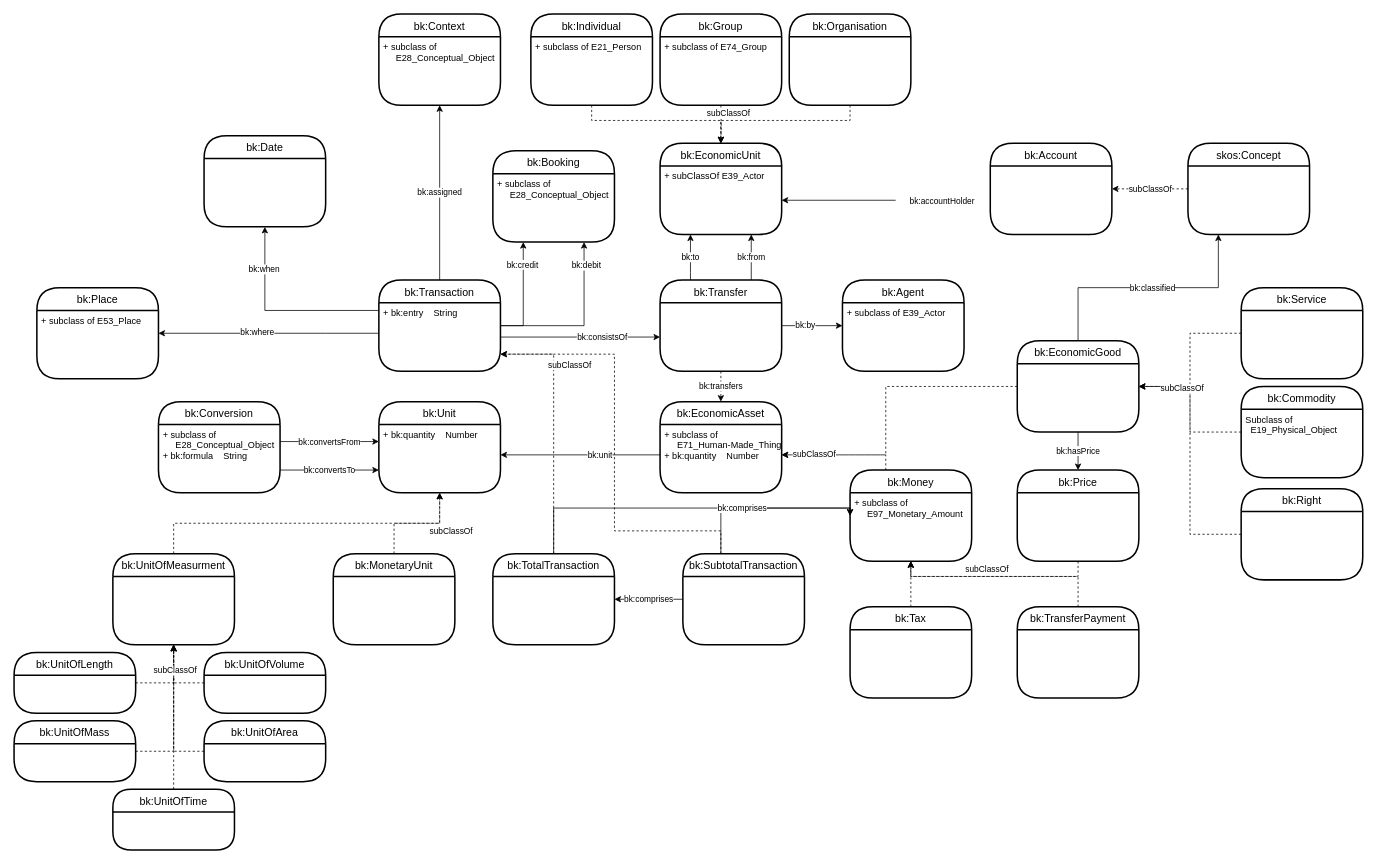
Above: Ontology/version_1.2/bookkeeping_ontology_v1.2.drawio.xml in MEDEAEditions/DEPCHA (draw.io), before the change. Source tidied: cells renumbered, new cells numbered last; positions are measured from the earlier drawing's top-left corner, leaving out a move shared by most shapes. Both pictures are drawn from the tidied source at 76%, with x=0, y=0 at pixel (14, 14).
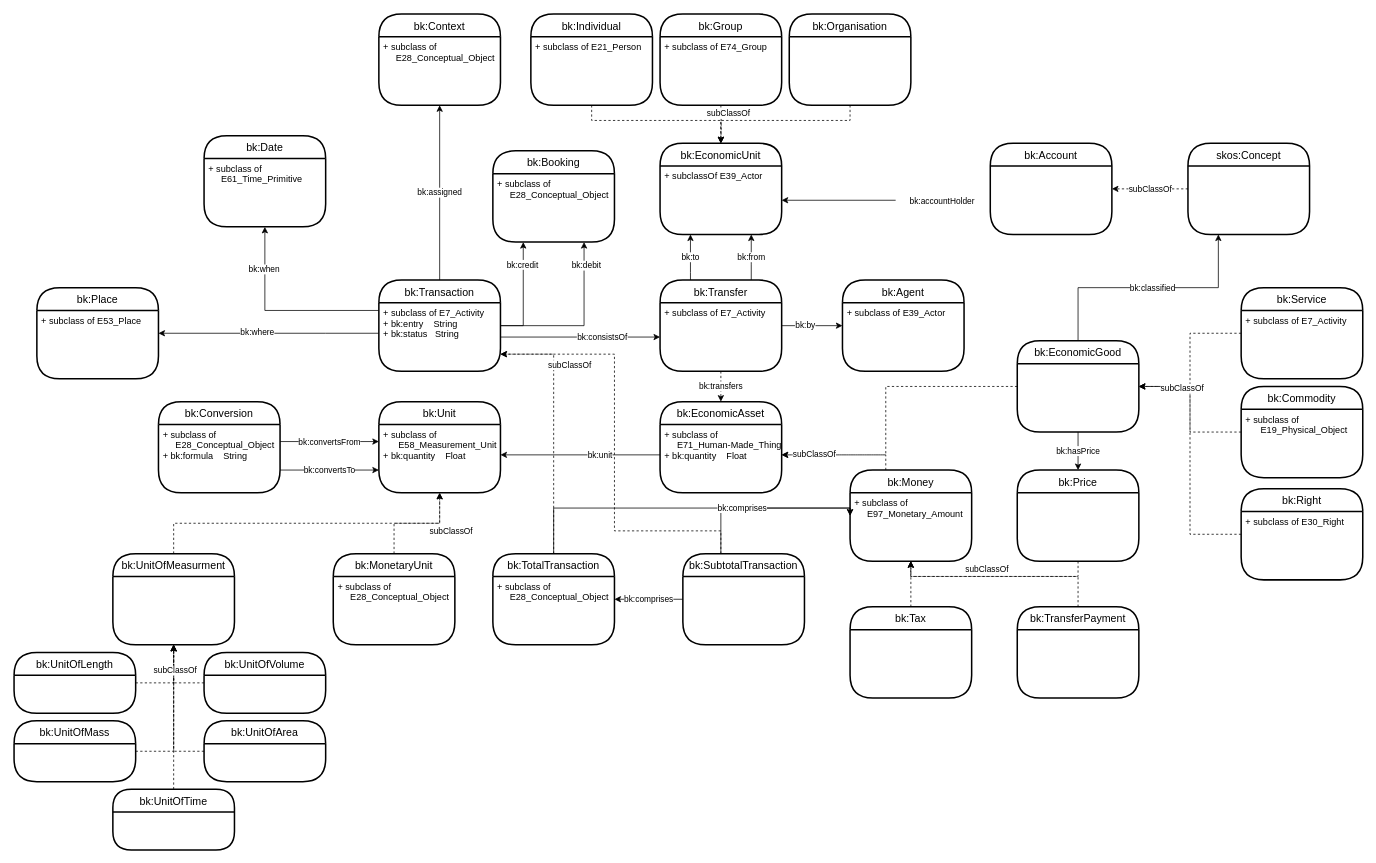
Above is the later version.

Unchanged cells that the change refers to:
```xml
<mxCell id="7" value="bk:Transaction" style="swimlane;horizontal=1;startSize=30;rounded=1;fontSize=14;fontStyle=0;strokeWidth=2;shadow=0;dashed=0;align=center;arcSize=50;" parent="1" vertex="1">
  <mxGeometry x="480" y="350" width="160" height="120" as="geometry" />
</mxCell>
<mxCell id="14" value="bk:Transfer" style="swimlane;horizontal=1;startSize=30;rounded=1;fontSize=14;fontStyle=0;strokeWidth=2;shadow=0;dashed=0;align=center;arcSize=50;" parent="1" vertex="1">
  <mxGeometry x="850" y="350" width="160" height="120" as="geometry" />
</mxCell>
<mxCell id="15" value="bk:EconomicUnit" style="swimlane;horizontal=1;startSize=30;rounded=1;fontSize=14;fontStyle=0;strokeWidth=2;shadow=0;dashed=0;align=center;arcSize=50;" parent="1" vertex="1">
  <mxGeometry x="850" y="170" width="160" height="120" as="geometry" />
</mxCell>
<mxCell id="34" value="bk:Date" style="swimlane;horizontal=1;startSize=30;rounded=1;fontSize=14;fontStyle=0;strokeWidth=2;shadow=0;dashed=0;align=center;arcSize=50;" parent="1" vertex="1">
  <mxGeometry x="250" y="160" width="160" height="120" as="geometry" />
</mxCell>
<mxCell id="41" value="bk:EconomicAsset" style="swimlane;horizontal=1;startSize=30;rounded=1;fontSize=14;fontStyle=0;strokeWidth=2;shadow=0;dashed=0;align=center;arcSize=50;" parent="1" vertex="1">
  <mxGeometry x="850" y="510" width="160" height="120" as="geometry" />
</mxCell>
<mxCell id="43" value="bk:Unit" style="swimlane;horizontal=1;startSize=30;rounded=1;fontSize=14;fontStyle=0;strokeWidth=2;shadow=0;dashed=0;align=center;arcSize=50;" parent="1" vertex="1">
  <mxGeometry x="480" y="510" width="160" height="120" as="geometry" />
</mxCell>
<mxCell id="53" value="bk:MonetaryUnit" style="swimlane;horizontal=1;startSize=30;rounded=1;fontSize=14;fontStyle=0;strokeWidth=2;shadow=0;dashed=0;align=center;arcSize=50;" parent="1" vertex="1">
  <mxGeometry x="420" y="710" width="160" height="120" as="geometry" />
</mxCell>
<mxCell id="81" value="bk:Service" style="swimlane;horizontal=1;startSize=30;rounded=1;fontSize=14;fontStyle=0;strokeWidth=2;shadow=0;dashed=0;align=center;arcSize=48;" parent="1" vertex="1">
  <mxGeometry x="1614.6" y="360" width="160" height="120" as="geometry" />
</mxCell>
<mxCell id="83" value="bk:Commodity" style="swimlane;horizontal=1;startSize=30;rounded=1;fontSize=14;fontStyle=0;strokeWidth=2;shadow=0;dashed=0;align=center;arcSize=48;" parent="1" vertex="1">
  <mxGeometry x="1614.6" y="490" width="160" height="120" as="geometry" />
</mxCell>
<mxCell id="87" value="bk:Right" style="swimlane;horizontal=1;startSize=30;rounded=1;fontSize=14;fontStyle=0;strokeWidth=2;shadow=0;dashed=0;align=center;arcSize=48;" parent="1" vertex="1">
  <mxGeometry x="1614.6" y="624.5" width="160" height="120" as="geometry" />
</mxCell>
<mxCell id="91" value="bk:TotalTransaction" style="swimlane;horizontal=1;startSize=30;rounded=1;fontSize=14;fontStyle=0;strokeWidth=2;shadow=0;dashed=0;align=center;arcSize=50;" parent="1" vertex="1">
  <mxGeometry x="630" y="710" width="160" height="120" as="geometry" />
</mxCell>
```

What changed in the source:
```diff
@@
-    <mxCell id="8" value="+ bk:entry    String" style="align=left;strokeColor=none;fillColor=none;spacingLeft=4;fontSize=12;verticalAlign=top;" parent="7" vertex="1">
+    <mxCell id="8" value="+ subclass of E7_Activity&#10;+ bk:entry    String&#10;+ bk:status   String&#10;" style="align=left;strokeColor=none;fillColor=none;spacingLeft=4;fontSize=12;verticalAlign=top;" parent="7" vertex="1">
       <mxGeometry y="30" width="160" height="90" as="geometry" />
     </mxCell>
@@
+    <mxCell id="103" value="+ subclass of E7_Activity" style="text;strokeColor=none;fillColor=none;spacingLeft=4;spacingRight=4;overflow=hidden;fontSize=12;" parent="14" vertex="1">
+      <mxGeometry y="30" width="160" height="90" as="geometry" />
+    </mxCell>
@@
-    <mxCell id="16" value="+ subClassOf E39_Actor" style="text;strokeColor=none;fillColor=none;spacingLeft=4;spacingRight=4;overflow=hidden;fontSize=12;" parent="15" vertex="1">
+    <mxCell id="16" value="+ subclassOf E39_Actor" style="text;strokeColor=none;fillColor=none;spacingLeft=4;spacingRight=4;overflow=hidden;fontSize=12;" parent="15" vertex="1">
       <mxGeometry y="30" width="160" height="90" as="geometry" />
     </mxCell>
@@
+    <mxCell id="104" value="+ subclass of &#10;     E61_Time_Primitive" style="text;strokeColor=none;fillColor=none;spacingLeft=4;spacingRight=4;overflow=hidden;fontSize=12;" parent="34" vertex="1">
+      <mxGeometry y="30" width="160" height="90" as="geometry" />
+    </mxCell>
@@
-    <mxCell id="42" value="+ subclass of&#10;     E71_Human-Made_Thing&#10;+ bk:quantity    Number" style="align=left;strokeColor=none;fillColor=none;spacingLeft=4;fontSize=12;verticalAlign=top;" parent="41" vertex="1">
+    <mxCell id="42" value="+ subclass of&#10;     E71_Human-Made_Thing&#10;+ bk:quantity    Float&#10;&#10;" style="align=left;strokeColor=none;fillColor=none;spacingLeft=4;fontSize=12;verticalAlign=top;" parent="41" vertex="1">
       <mxGeometry y="30" width="160" height="90" as="geometry" />
     </mxCell>
@@
-    <mxCell id="44" value="+ bk:quantity    Number" style="align=left;strokeColor=none;fillColor=none;spacingLeft=4;fontSize=12;verticalAlign=top;" parent="43" vertex="1">
+    <mxCell id="44" value="+ subclass of &#10;      E58_Measurement_Unit&#10;+ bk:quantity    Float" style="align=left;strokeColor=none;fillColor=none;spacingLeft=4;fontSize=12;verticalAlign=top;" parent="43" vertex="1">
       <mxGeometry y="30" width="160" height="90" as="geometry" />
     </mxCell>
@@
+    <mxCell id="105" value="+ subclass of &#10;     E28_Conceptual_Object" style="text;strokeColor=none;fillColor=none;spacingLeft=4;spacingRight=4;overflow=hidden;fontSize=12;" parent="53" vertex="1">
+      <mxGeometry y="30" width="160" height="90" as="geometry" />
+    </mxCell>
@@
+    <mxCell id="106" value="+ subclass of E7_Activity" style="text;strokeColor=none;fillColor=none;spacingLeft=4;spacingRight=4;overflow=hidden;fontSize=12;" parent="81" vertex="1">
+      <mxGeometry y="30" width="160" height="90" as="geometry" />
+    </mxCell>
@@
-    <mxCell id="84" value="Subclass of &#10;  E19_Physical_Object" style="text;strokeColor=none;fillColor=none;spacingLeft=4;spacingRight=4;overflow=hidden;fontSize=12;" parent="83" vertex="1">
+    <mxCell id="84" value="+ subclass of &#10;      E19_Physical_Object" style="text;strokeColor=none;fillColor=none;spacingLeft=4;spacingRight=4;overflow=hidden;fontSize=12;" parent="83" vertex="1">
       <mxGeometry y="30" width="160" height="90" as="geometry" />
     </mxCell>
@@
+    <mxCell id="107" value="+ subclass of E30_Right" style="text;strokeColor=none;fillColor=none;spacingLeft=4;spacingRight=4;overflow=hidden;fontSize=12;" parent="87" vertex="1">
+      <mxGeometry y="30" width="160" height="90" as="geometry" />
+    </mxCell>
@@
+    <mxCell id="108" value="+ subclass of &#10;     E28_Conceptual_Object" style="text;strokeColor=none;fillColor=none;spacingLeft=4;spacingRight=4;overflow=hidden;fontSize=12;" parent="91" vertex="1">
+      <mxGeometry y="30" width="160" height="90" as="geometry" />
+    </mxCell>
```
